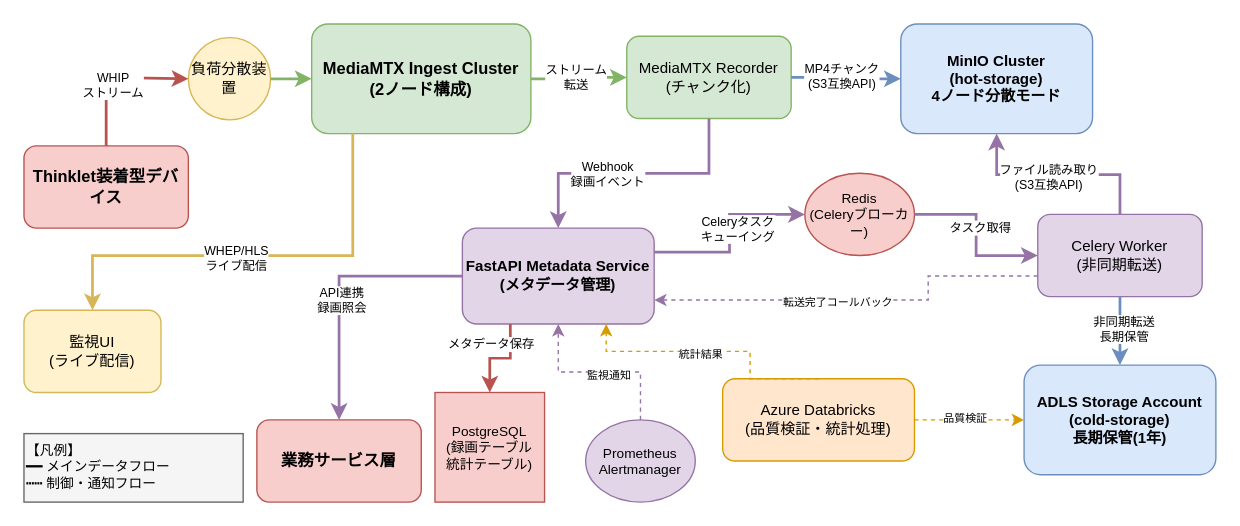
The draw.io diagram docs/03000_設計書/03020_配信・記録層設計/03022_配信・記録層詳細設計/配信・記録層システム関連図.drawio in daichiTAAA/AirakuVision, before the edit. Source tidied: cells renumbered, new cells numbered last; positions are measured from the earlier drawing's top-left corner, leaving out a move shared by most shapes. Both pictures are drawn from the tidied source at 137%, with x=0, y=0 at pixel (23, 23).
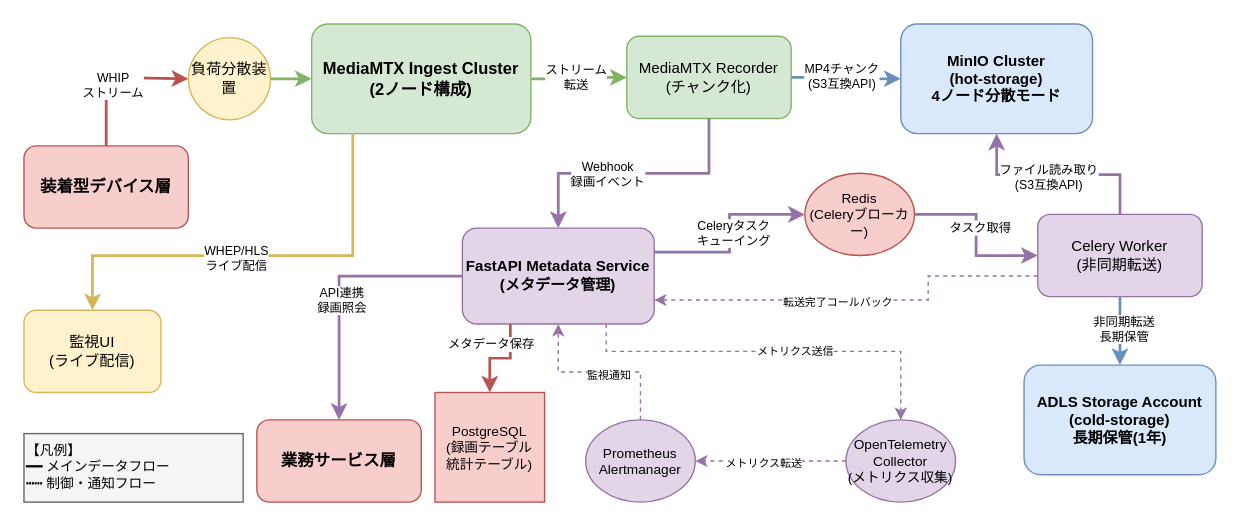
Above is the later version.

Unchanged cells that the change refers to:
```xml
<mxCell id="7" value="FastAPI Metadata Service&#10;(メタデータ管理)" style="rounded=1;whiteSpace=wrap;html=1;fillColor=#e1d5e7;strokeColor=#9673a6;fontSize=11;fontStyle=1;" parent="1" vertex="1">
  <mxGeometry x="320" y="149" width="140" height="70" as="geometry" />
</mxCell>
<mxCell id="11" value="ADLS Storage Account&#10;(cold-storage)&#10;長期保管(1年)" style="rounded=1;whiteSpace=wrap;html=1;fillColor=#dae8fc;strokeColor=#6c8ebf;fontSize=11;fontStyle=1;" parent="1" vertex="1">
  <mxGeometry x="730" y="249" width="140" height="80" as="geometry" />
</mxCell>
<mxCell id="15" value="Prometheus&#10;Alertmanager" style="ellipse;whiteSpace=wrap;html=1;fillColor=#e1d5e7;strokeColor=#9673a6;fontSize=10;" parent="1" vertex="1">
  <mxGeometry x="410" y="289" width="80" height="60" as="geometry" />
</mxCell>
<mxCell id="27" style="edgeStyle=elbowEdgeStyle;rounded=0;jettySize=auto;html=1;strokeWidth=2;strokeColor=#9673a6;entryX=0;entryY=0.5;entryDx=0;entryDy=0;exitX=1;exitY=0.25;exitDx=0;exitDy=0;" parent="1" edge="1" source="7" target="10">
  <mxGeometry relative="1" as="geometry" />
</mxCell>
```

The edit, as a diff of the source:
```diff
@@
-    <mxCell id="2" value="Thinklet装着型デバイス" style="rounded=1;whiteSpace=wrap;html=1;fillColor=#f8cecc;strokeColor=#b85450;fontSize=12;fontStyle=1;" parent="1" vertex="1">
+    <mxCell id="2" value="装着型デバイス層" style="rounded=1;whiteSpace=wrap;html=1;fillColor=#f8cecc;strokeColor=#b85450;fontSize=12;fontStyle=1;" parent="1" vertex="1">
       <mxGeometry y="89" width="120" height="60" as="geometry" />
     </mxCell>
@@
-    <mxCell id="12" value="Azure Databricks&#10;(品質検証・統計処理)" style="rounded=1;whiteSpace=wrap;html=1;fillColor=#ffe6cc;strokeColor=#d79b00;fontSize=11;" parent="1" vertex="1">
-      <mxGeometry x="510" y="259" width="140" height="60" as="geometry" />
-    </mxCell>
+    <mxCell id="48" value="OpenTelemetry Collector&lt;div&gt;(メトリクス収集)&lt;/div&gt;" style="ellipse;whiteSpace=wrap;html=1;fillColor=#e1d5e7;strokeColor=#9673a6;fontSize=10;" parent="1" vertex="1">
+      <mxGeometry x="600" y="289" width="80" height="60" as="geometry" />
+    </mxCell>
@@
     <mxCell id="28" value="Celeryタスク&#10;キューイング" style="edgeLabel;html=1;align=center;verticalAlign=middle;fontSize=9;" parent="27" vertex="1">
       <mxGeometry x="0.1" y="1" relative="1" as="geometry">
-        <mxPoint x="6" y="4" as="offset" />
+        <mxPoint x="3" y="7" as="offset" />
       </mxGeometry>
     </mxCell>
@@
-    <mxCell id="37" style="edgeStyle=orthogonalEdgeStyle;rounded=0;jettySize=auto;html=1;strokeWidth=1;strokeColor=#d79b00;dashed=1;" parent="1" edge="1" source="12" target="11">
-      <mxGeometry relative="1" as="geometry" />
-    </mxCell>
-    <mxCell id="38" value="品質検証" style="edgeLabel;html=1;align=center;verticalAlign=middle;fontSize=8;" parent="37" vertex="1">
-      <mxGeometry x="-0.1" y="2" relative="1" as="geometry" />
-    </mxCell>
-    <mxCell id="39" style="edgeStyle=orthogonalEdgeStyle;rounded=0;jettySize=auto;html=1;strokeWidth=1;strokeColor=#d79b00;dashed=1;entryX=0.75;entryY=1;entryDx=0;entryDy=0;exitX=0.5;exitY=0;exitDx=0;exitDy=0;" parent="1" edge="1" source="12" target="7">
-      <mxGeometry relative="1" as="geometry">
-        <Array as="points">
-          <mxPoint x="530" y="239" />
-          <mxPoint x="425" y="239" />
-        </Array>
-      </mxGeometry>
-    </mxCell>
-    <mxCell id="40" value="統計結果" style="edgeLabel;html=1;align=center;verticalAlign=middle;fontSize=8;" parent="39" vertex="1">
-      <mxGeometry x="0.1" y="1" relative="1" as="geometry" />
-    </mxCell>
+    <mxCell id="49" style="edgeStyle=elbowEdgeStyle;rounded=0;jettySize=auto;html=1;strokeWidth=1;strokeColor=#9673a6;dashed=1;entryX=0.5;entryY=0;entryDx=0;entryDy=0;exitX=0.75;exitY=1;exitDx=0;exitDy=0;elbow=vertical;" parent="1" edge="1" source="7" target="48">
+      <mxGeometry relative="1" as="geometry">
+        <Array as="points">
+          <mxPoint x="540" y="239" />
+        </Array>
+      </mxGeometry>
+    </mxCell>
+    <mxCell id="50" value="メトリクス送信" style="edgeLabel;html=1;align=center;verticalAlign=middle;fontSize=8;" parent="49" vertex="1">
+      <mxGeometry x="0.1" y="1" relative="1" as="geometry" />
+    </mxCell>
+    <mxCell id="51" style="edgeStyle=elbowEdgeStyle;rounded=0;jettySize=auto;html=1;strokeWidth=1;strokeColor=#9673a6;dashed=1;elbow=vertical;" parent="1" edge="1" source="48" target="15">
+      <mxGeometry relative="1" as="geometry" />
+    </mxCell>
+    <mxCell id="52" value="メトリクス転送" style="edgeLabel;html=1;align=center;verticalAlign=middle;fontSize=8;" parent="51" vertex="1">
+      <mxGeometry x="0.1" y="1" relative="1" as="geometry" />
+    </mxCell>
```
